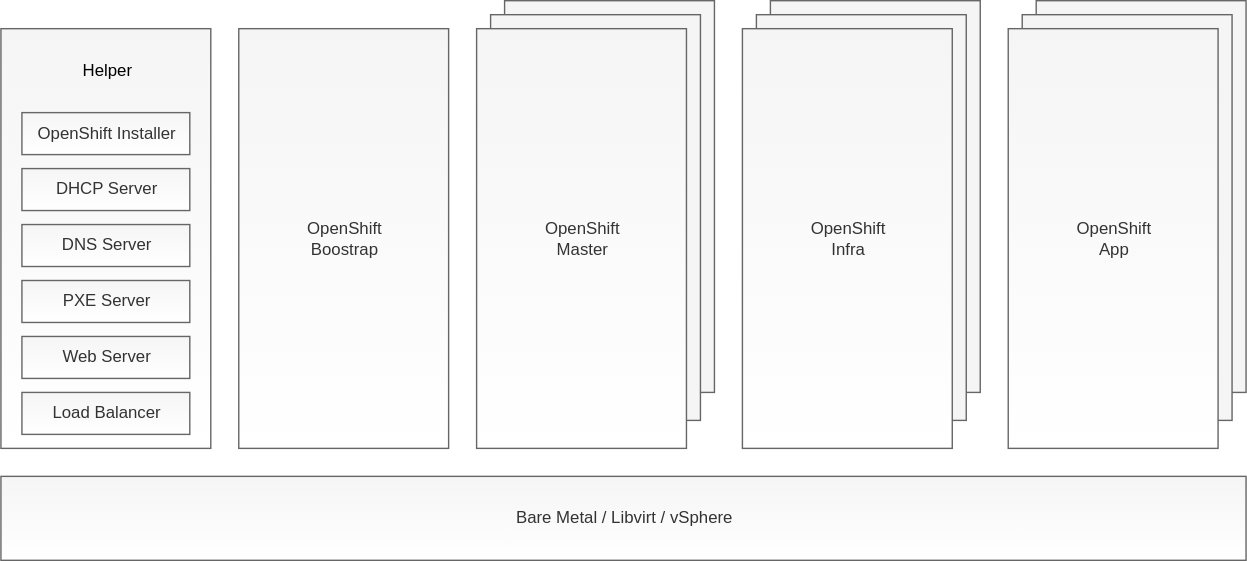
noseka1/openshift-auto-upi keeps this draw.io diagram as docs/openshift_auto_upi.svg. Above is the earlier version. Source tidied: cells renumbered, new cells last; positions are measured from the earlier drawing's top-left corner, leaving out a move shared by most shapes.
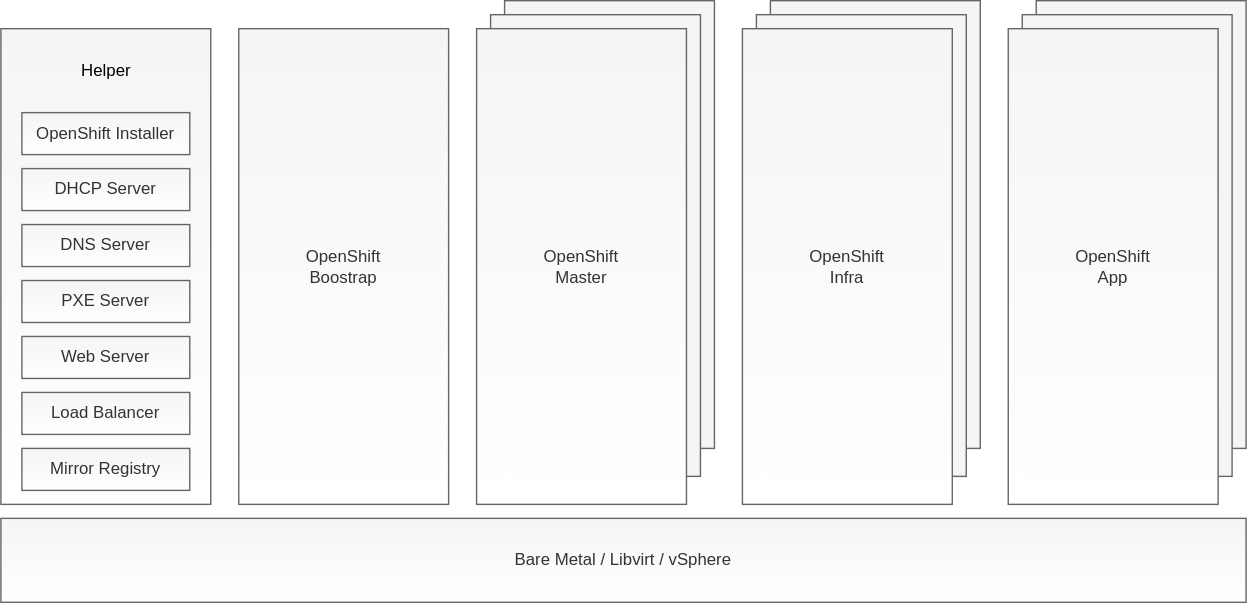
The same file after the commit.

Commit message:
Update openshift-auto-upi diagrams

Change to the diagram source:
```diff
@@ -3,7 +3,7 @@
     <mxCell id="0" />
     <mxCell id="1" parent="0" />
     <mxCell id="2" style="rounded=0;whiteSpace=wrap;html=1;fillColor=#f5f5f5;strokeColor=#666666;fontColor=#333333;gradientColor=#ffffff;" parent="1" vertex="1">
-      <mxGeometry y="20" width="150" height="300" as="geometry" />
+      <mxGeometry y="20" width="150" height="340" as="geometry" />
     </mxCell>
     <mxCell id="3" value="OpenShift Installer" style="rounded=0;whiteSpace=wrap;html=1;fillColor=#f5f5f5;strokeColor=#666666;fontColor=#333333;gradientColor=#ffffff;" parent="1" vertex="1">
       <mxGeometry x="15" y="80" width="120" height="30" as="geometry" />
@@ -21,43 +21,46 @@
       <mxGeometry x="15" y="200" width="120" height="30" as="geometry" />
     </mxCell>
     <mxCell id="8" value="OpenShift&lt;br&gt;Boostrap" style="rounded=0;whiteSpace=wrap;html=1;fillColor=#f5f5f5;strokeColor=#666666;fontColor=#333333;gradientColor=#ffffff;" parent="1" vertex="1">
-      <mxGeometry x="170" y="20" width="150" height="300" as="geometry" />
+      <mxGeometry x="170" y="20" width="150" height="340" as="geometry" />
     </mxCell>
     <mxCell id="9" value="OpenShift&lt;br&gt;Master" style="rounded=0;whiteSpace=wrap;html=1;fillColor=#f5f5f5;strokeColor=#666666;fontColor=#333333;" parent="1" vertex="1">
-      <mxGeometry x="360" width="150" height="280" as="geometry" />
+      <mxGeometry x="360" width="150" height="320" as="geometry" />
     </mxCell>
     <mxCell id="10" value="OpenShift&lt;br&gt;Master" style="rounded=0;whiteSpace=wrap;html=1;fillColor=#f5f5f5;strokeColor=#666666;fontColor=#333333;" parent="1" vertex="1">
-      <mxGeometry x="350" y="10" width="150" height="290" as="geometry" />
+      <mxGeometry x="350" y="10" width="150" height="330" as="geometry" />
     </mxCell>
     <mxCell id="11" value="OpenShift&lt;br&gt;Master" style="rounded=0;whiteSpace=wrap;html=1;fillColor=#f5f5f5;strokeColor=#666666;fontColor=#333333;gradientColor=#ffffff;" parent="1" vertex="1">
-      <mxGeometry x="340" y="20" width="150" height="300" as="geometry" />
+      <mxGeometry x="340" y="20" width="150" height="340" as="geometry" />
     </mxCell>
     <mxCell id="12" value="OpenShift&lt;br&gt;Master" style="rounded=0;whiteSpace=wrap;html=1;fillColor=#f5f5f5;strokeColor=#666666;fontColor=#333333;" parent="1" vertex="1">
-      <mxGeometry x="550" width="150" height="280" as="geometry" />
+      <mxGeometry x="550" width="150" height="320" as="geometry" />
     </mxCell>
     <mxCell id="13" value="OpenShift&lt;br&gt;Master" style="rounded=0;whiteSpace=wrap;html=1;fillColor=#f5f5f5;strokeColor=#666666;fontColor=#333333;" parent="1" vertex="1">
-      <mxGeometry x="540" y="10" width="150" height="290" as="geometry" />
+      <mxGeometry x="540" y="10" width="150" height="330" as="geometry" />
     </mxCell>
     <mxCell id="14" value="OpenShift&lt;br&gt;Infra" style="rounded=0;whiteSpace=wrap;html=1;fillColor=#f5f5f5;strokeColor=#666666;fontColor=#333333;gradientColor=#ffffff;" parent="1" vertex="1">
-      <mxGeometry x="530" y="20" width="150" height="300" as="geometry" />
+      <mxGeometry x="530" y="20" width="150" height="340" as="geometry" />
     </mxCell>
     <mxCell id="15" value="OpenShift&lt;br&gt;Master" style="rounded=0;whiteSpace=wrap;html=1;fillColor=#f5f5f5;strokeColor=#666666;fontColor=#333333;" parent="1" vertex="1">
-      <mxGeometry x="740" width="150" height="280" as="geometry" />
+      <mxGeometry x="740" width="150" height="320" as="geometry" />
     </mxCell>
     <mxCell id="16" value="OpenShift&lt;br&gt;Master" style="rounded=0;whiteSpace=wrap;html=1;fillColor=#f5f5f5;strokeColor=#666666;fontColor=#333333;" parent="1" vertex="1">
-      <mxGeometry x="730" y="10" width="150" height="290" as="geometry" />
+      <mxGeometry x="730" y="10" width="150" height="330" as="geometry" />
     </mxCell>
     <mxCell id="17" value="OpenShift&lt;br&gt;App" style="rounded=0;whiteSpace=wrap;html=1;fillColor=#f5f5f5;strokeColor=#666666;fontColor=#333333;gradientColor=#ffffff;" parent="1" vertex="1">
-      <mxGeometry x="720" y="20" width="150" height="300" as="geometry" />
+      <mxGeometry x="720" y="20" width="150" height="340" as="geometry" />
     </mxCell>
     <mxCell id="18" value="Bare Metal / Libvirt / vSphere" style="rounded=0;whiteSpace=wrap;html=1;fillColor=#f5f5f5;strokeColor=#666666;fontColor=#333333;gradientColor=#ffffff;" parent="1" vertex="1">
-      <mxGeometry y="340" width="890" height="60" as="geometry" />
+      <mxGeometry y="370" width="890" height="60" as="geometry" />
     </mxCell>
-    <mxCell id="19" value="Builder" style="text;html=1;strokeColor=none;fillColor=none;align=center;verticalAlign=middle;whiteSpace=wrap;rounded=0;" parent="1" vertex="1">
+    <mxCell id="19" value="Helper" style="text;html=1;strokeColor=none;fillColor=none;align=center;verticalAlign=middle;whiteSpace=wrap;rounded=0;" parent="1" vertex="1">
       <mxGeometry x="37.5" y="40" width="75" height="20" as="geometry" />
     </mxCell>
     <mxCell id="20" value="Load Balancer" style="rounded=0;whiteSpace=wrap;html=1;fillColor=#f5f5f5;strokeColor=#666666;fontColor=#333333;gradientColor=#ffffff;" parent="1" vertex="1">
       <mxGeometry x="15" y="280" width="120" height="30" as="geometry" />
     </mxCell>
+    <mxCell id="21" value="Mirror Registry" style="rounded=0;whiteSpace=wrap;html=1;fillColor=#f5f5f5;strokeColor=#666666;fontColor=#333333;gradientColor=#ffffff;" parent="1" vertex="1">
+      <mxGeometry x="15" y="320" width="120" height="30" as="geometry" />
+    </mxCell>
   </root>
 </mxGraphModel>
```
